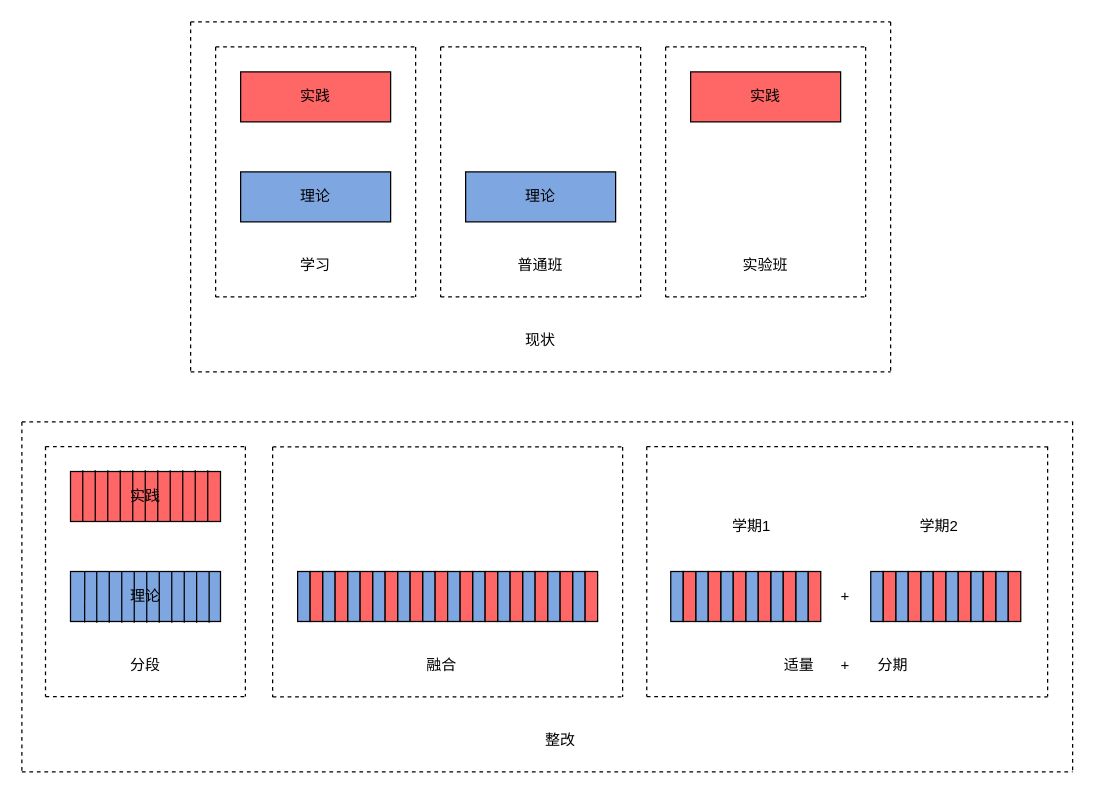
Momoyeyu/Draw.io-Repo keeps this draw.io diagram as 实践教学改革.drawio. Above is the earlier version. Source tidied: cells renumbered, new cells numbered last; positions are measured from the earlier drawing's top-left corner, leaving out a move shared by most shapes. Both pictures are drawn from the tidied source at 125%, with x=0, y=0 at pixel (21, 21).
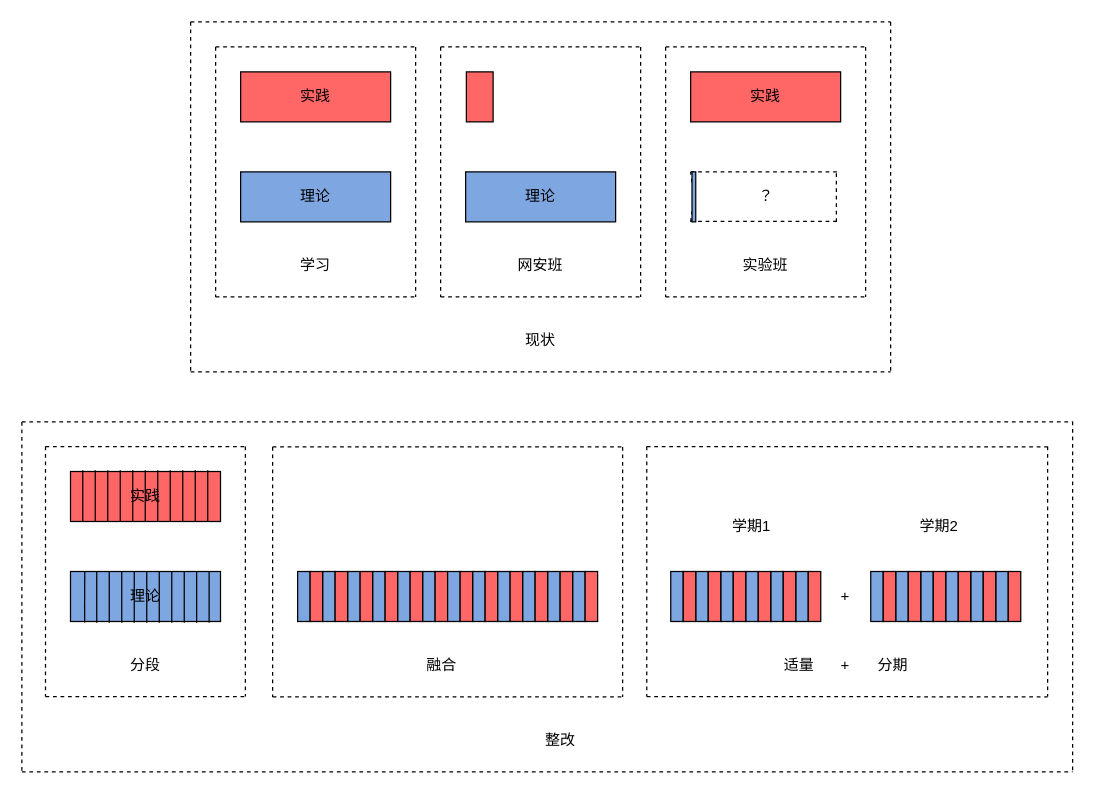
After the change.

Commit message:
更新实践教学改革.drawio

The edit, as a diff of the source:
```diff
@@
-    <mxCell id="31" value="普通班" style="text;html=1;align=center;verticalAlign=middle;whiteSpace=wrap;rounded=0;" parent="1" vertex="1">
+    <mxCell id="31" value="网安班" style="text;html=1;align=center;verticalAlign=middle;whiteSpace=wrap;rounded=0;" parent="1" vertex="1">
       <mxGeometry x="385" y="180" width="60" height="30" as="geometry" />
     </mxCell>
@@
+    <mxCell id="123" style="endArrow=none;dashed=1;html=1;rounded=0;" parent="1" edge="1">
+      <mxGeometry relative="1" as="geometry">
+        <mxPoint x="535" y="120" as="sourcePoint" />
+        <mxPoint x="655" y="120" as="targetPoint" />
+      </mxGeometry>
+    </mxCell>
+    <mxCell id="124" style="endArrow=none;dashed=1;html=1;rounded=0;" parent="1" edge="1">
+      <mxGeometry relative="1" as="geometry">
+        <mxPoint x="535" y="159.6" as="sourcePoint" />
+        <mxPoint x="655" y="159.6" as="targetPoint" />
+      </mxGeometry>
+    </mxCell>
+    <mxCell id="125" style="endArrow=none;dashed=1;html=1;rounded=0;fillColor=#7EA6E0;" parent="1" edge="1" source="130">
+      <mxGeometry relative="1" as="geometry">
+        <mxPoint x="535" y="120" as="targetPoint" />
+      </mxGeometry>
+    </mxCell>
+    <mxCell id="126" style="endArrow=none;dashed=1;html=1;rounded=0;" parent="1" edge="1">
+      <mxGeometry relative="1" as="geometry">
+        <mxPoint x="651.6" y="160" as="sourcePoint" />
+        <mxPoint x="651.6" y="120" as="targetPoint" />
+      </mxGeometry>
+    </mxCell>
+    <mxCell id="127" value="？" style="text;html=1;align=center;verticalAlign=middle;strokeColor=none;fillColor=none;" parent="1" vertex="1">
+      <mxGeometry x="575" y="125" width="40" height="30" as="geometry" />
+    </mxCell>
+    <mxCell id="128" style="rounded=0;whiteSpace=wrap;html=1;fillColor=#FF6666;" parent="1" vertex="1">
+      <mxGeometry x="355.6" y="40" width="21.4" height="40" as="geometry" />
+    </mxCell>
+    <mxCell id="129" style="endArrow=none;dashed=1;html=1;rounded=0;fillColor=#7EA6E0;" parent="1" edge="1" target="130">
+      <mxGeometry relative="1" as="geometry">
+        <mxPoint x="535" y="160" as="sourcePoint" />
+      </mxGeometry>
+    </mxCell>
+    <mxCell id="130" style="rounded=0;whiteSpace=wrap;html=1;fillColor=#7EA6E0;" parent="1" vertex="1">
+      <mxGeometry x="536.1" y="120" width="3" height="40" as="geometry" />
+    </mxCell>
```
